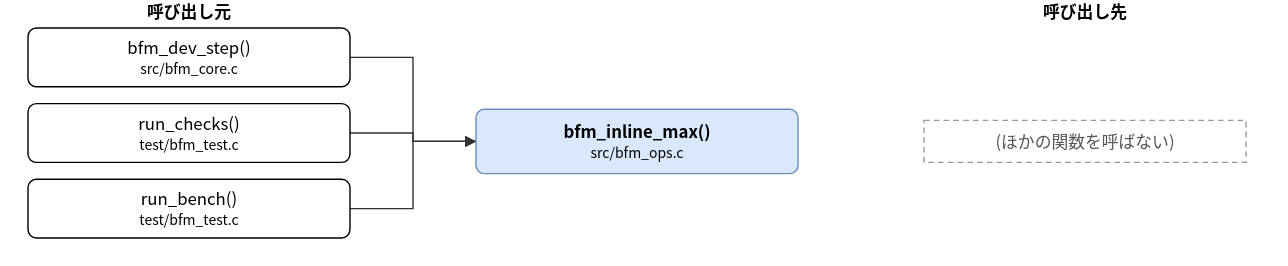
The draw.io diagram doc/spec/images/call_src_bfm_ops-bfm_inline_max.drawio.svg in hf355051012-ai/bfmem, before a commit. Source tidied: cells renumbered, new cells last; positions are measured from the earlier drawing's top-left corner, leaving out a move shared by most shapes.
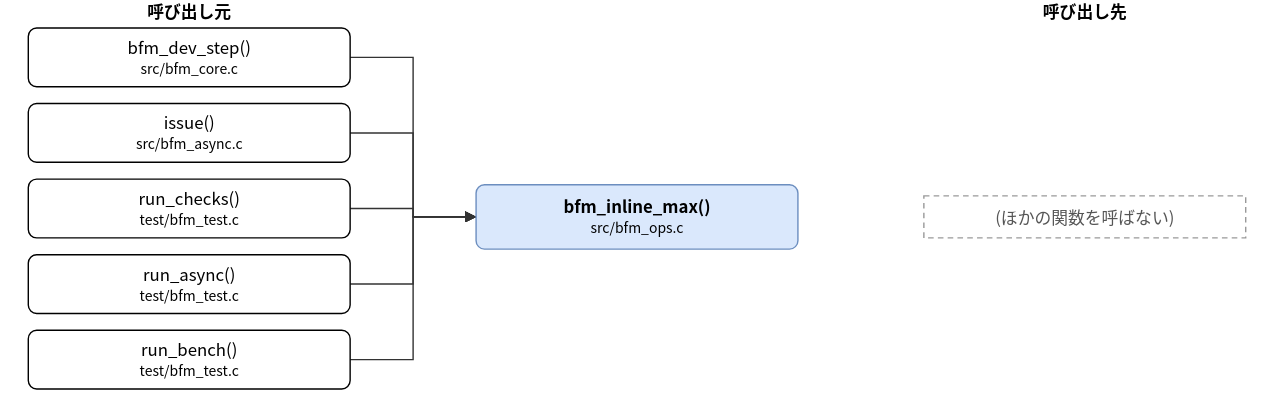
Later version of the same file.

Diff of the diagram source:
```diff
@@ -3,25 +3,31 @@
     <mxCell id="0" />
     <mxCell id="1" parent="0" />
     <mxCell id="2" value="bfm_inline_max()&lt;br&gt;&lt;font style=&quot;font-size:10px&quot;&gt;src/bfm_ops.c&lt;/font&gt;" style="rounded=1;whiteSpace=wrap;html=1;fillColor=#dae8fc;strokeColor=#6c8ebf;fontStyle=1;" parent="1" vertex="1">
-      <mxGeometry x="320" y="78" width="230" height="46" as="geometry" />
+      <mxGeometry x="320" y="132" width="230" height="46" as="geometry" />
     </mxCell>
     <mxCell id="3" value="bfm_dev_step()&lt;br&gt;&lt;font style=&quot;font-size:10px&quot;&gt;src/bfm_core.c&lt;/font&gt;" style="rounded=1;whiteSpace=wrap;html=1;" parent="1" vertex="1">
       <mxGeometry y="20" width="230" height="42" as="geometry" />
     </mxCell>
-    <mxCell id="4" value="run_checks()&lt;br&gt;&lt;font style=&quot;font-size:10px&quot;&gt;test/bfm_test.c&lt;/font&gt;" style="rounded=1;whiteSpace=wrap;html=1;" parent="1" vertex="1">
+    <mxCell id="4" value="issue()&lt;br&gt;&lt;font style=&quot;font-size:10px&quot;&gt;src/bfm_async.c&lt;/font&gt;" style="rounded=1;whiteSpace=wrap;html=1;" parent="1" vertex="1">
       <mxGeometry y="74" width="230" height="42" as="geometry" />
     </mxCell>
-    <mxCell id="5" value="run_bench()&lt;br&gt;&lt;font style=&quot;font-size:10px&quot;&gt;test/bfm_test.c&lt;/font&gt;" style="rounded=1;whiteSpace=wrap;html=1;" parent="1" vertex="1">
+    <mxCell id="5" value="run_checks()&lt;br&gt;&lt;font style=&quot;font-size:10px&quot;&gt;test/bfm_test.c&lt;/font&gt;" style="rounded=1;whiteSpace=wrap;html=1;" parent="1" vertex="1">
       <mxGeometry y="128" width="230" height="42" as="geometry" />
     </mxCell>
+    <mxCell id="12" value="run_async()&lt;br&gt;&lt;font style=&quot;font-size:10px&quot;&gt;test/bfm_test.c&lt;/font&gt;" style="rounded=1;whiteSpace=wrap;html=1;" parent="1" vertex="1">
+      <mxGeometry y="182" width="230" height="42" as="geometry" />
+    </mxCell>
+    <mxCell id="13" value="run_bench()&lt;br&gt;&lt;font style=&quot;font-size:10px&quot;&gt;test/bfm_test.c&lt;/font&gt;" style="rounded=1;whiteSpace=wrap;html=1;" parent="1" vertex="1">
+      <mxGeometry y="236" width="230" height="42" as="geometry" />
+    </mxCell>
     <mxCell id="6" value="(ほかの関数を呼ばない)" style="rounded=0;whiteSpace=wrap;html=1;dashed=1;strokeColor=#999999;fontColor=#555555;dashed=1;" parent="1" vertex="1">
-      <mxGeometry x="640" y="86" width="230" height="30" as="geometry" />
+      <mxGeometry x="640" y="140" width="230" height="30" as="geometry" />
     </mxCell>
     <mxCell id="7" style="edgeStyle=none;html=1;rounded=0;endArrow=block;endFill=1;exitX=1.0000;exitY=0.5000;exitDx=0;exitDy=0;exitPerimeter=0;entryX=0.0000;entryY=0.5000;entryDx=0;entryDy=0;entryPerimeter=0;" parent="1" edge="1" source="3" target="2">
       <mxGeometry relative="1" as="geometry">
         <Array as="points">
           <mxPoint x="275" y="41" />
-          <mxPoint x="275" y="101" />
+          <mxPoint x="275" y="155" />
         </Array>
       </mxGeometry>
     </mxCell>
@@ -29,7 +35,7 @@
       <mxGeometry relative="1" as="geometry">
         <Array as="points">
           <mxPoint x="275" y="95" />
-          <mxPoint x="275" y="101" />
+          <mxPoint x="275" y="155" />
         </Array>
       </mxGeometry>
     </mxCell>
@@ -37,10 +43,26 @@
       <mxGeometry relative="1" as="geometry">
         <Array as="points">
           <mxPoint x="275" y="149" />
-          <mxPoint x="275" y="101" />
+          <mxPoint x="275" y="155" />
         </Array>
       </mxGeometry>
     </mxCell>
+    <mxCell id="14" style="edgeStyle=none;html=1;rounded=0;endArrow=block;endFill=1;exitX=1.0000;exitY=0.5000;exitDx=0;exitDy=0;exitPerimeter=0;entryX=0.0000;entryY=0.5000;entryDx=0;entryDy=0;entryPerimeter=0;" parent="1" edge="1" source="12" target="2">
+      <mxGeometry relative="1" as="geometry">
+        <Array as="points">
+          <mxPoint x="275" y="203" />
+          <mxPoint x="275" y="155" />
+        </Array>
+      </mxGeometry>
+    </mxCell>
+    <mxCell id="15" style="edgeStyle=none;html=1;rounded=0;endArrow=block;endFill=1;exitX=1.0000;exitY=0.5000;exitDx=0;exitDy=0;exitPerimeter=0;entryX=0.0000;entryY=0.5000;entryDx=0;entryDy=0;entryPerimeter=0;" parent="1" edge="1" source="13" target="2">
+      <mxGeometry relative="1" as="geometry">
+        <Array as="points">
+          <mxPoint x="275" y="257" />
+          <mxPoint x="275" y="155" />
+        </Array>
+      </mxGeometry>
+    </mxCell>
     <mxCell id="10" value="呼び出し元" style="text;html=1;align=center;fontStyle=1;" parent="1" vertex="1">
       <mxGeometry x="35" width="160" height="18" as="geometry" />
     </mxCell>
```
